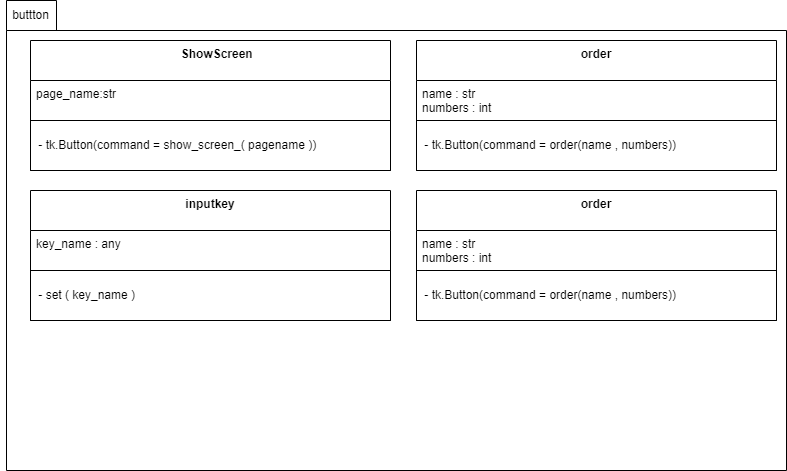
MasakiHiguchi/--- keeps this draw.io diagram as psp4/設計モデルのクラス/設計モデルクラス図_ボタンクラス.drawio.png. Above is the earlier version. Source tidied: cells renumbered, new cells last; positions are measured from the earlier drawing's top-left corner, leaving out a move shared by most shapes. Source of this version:
```xml
<mxGraphModel>
  <root>
    <mxCell id="0" />
    <mxCell id="1" parent="0" />
    <mxCell id="2" style="shape=folder;fontStyle=1;spacingTop=10;tabWidth=50;tabHeight=30;tabPosition=left;html=1;" parent="1" vertex="1">
      <mxGeometry x="6" width="780" height="470" as="geometry" />
    </mxCell>
    <mxCell id="3" value="buttton" style="text;html=1;align=center;verticalAlign=middle;strokeColor=none;fillColor=none;" parent="1" vertex="1">
      <mxGeometry width="60" height="30" as="geometry" />
    </mxCell>
    <mxCell id="4" value="    ShowScreen" style="swimlane;fontStyle=1;align=center;verticalAlign=top;horizontal=1;startSize=40;" parent="1" vertex="1">
      <mxGeometry x="30" y="40" width="360" height="130" as="geometry" />
    </mxCell>
    <mxCell id="5" value="page_name:str" style="text;strokeColor=none;fillColor=none;align=left;verticalAlign=top;spacingLeft=4;spacingRight=4;overflow=hidden;" parent="4" vertex="1">
      <mxGeometry y="40" width="360" height="40" as="geometry" />
    </mxCell>
    <mxCell id="6" style="swimlane;startSize=0;" parent="4" vertex="1">
      <mxGeometry y="80" width="360" height="50" as="geometry" />
    </mxCell>
    <mxCell id="7" value="&amp;nbsp;-&amp;nbsp;&lt;span style=&quot;text-align: center;&quot;&gt;tk.Button(command = show_screen_( pagename ))&lt;/span&gt;&lt;span style=&quot;text-align: center;&quot;&gt;&lt;br&gt;&lt;/span&gt;" style="text;html=1;align=left;verticalAlign=middle;strokeColor=none;fillColor=none;" parent="6" vertex="1">
      <mxGeometry x="3" y="10" width="300" height="30" as="geometry" />
    </mxCell>
    <mxCell id="8" value="order" style="swimlane;fontStyle=1;align=center;verticalAlign=top;horizontal=1;startSize=40;" parent="1" vertex="1">
      <mxGeometry x="416" y="40" width="360" height="130" as="geometry" />
    </mxCell>
    <mxCell id="9" value="name : str&#10;numbers : int" style="text;strokeColor=none;fillColor=none;align=left;verticalAlign=top;spacingLeft=4;spacingRight=4;overflow=hidden;" parent="8" vertex="1">
      <mxGeometry y="40" width="360" height="40" as="geometry" />
    </mxCell>
    <mxCell id="10" style="swimlane;startSize=0;" parent="8" vertex="1">
      <mxGeometry y="80" width="360" height="50" as="geometry" />
    </mxCell>
    <mxCell id="11" value="&lt;span style=&quot;text-align: center;&quot;&gt;&amp;nbsp;-&amp;nbsp;&lt;/span&gt;&lt;span style=&quot;text-align: center;&quot;&gt;tk.Button(command = order(name , numbers))&lt;/span&gt;&lt;span style=&quot;text-align: center;&quot;&gt;&lt;br&gt;&lt;/span&gt;" style="text;html=1;align=left;verticalAlign=middle;strokeColor=none;fillColor=none;" parent="10" vertex="1">
      <mxGeometry x="3" y="10" width="280" height="30" as="geometry" />
    </mxCell>
    <mxCell id="12" value="inputkey" style="swimlane;fontStyle=1;align=center;verticalAlign=top;horizontal=1;startSize=40;" parent="1" vertex="1">
      <mxGeometry x="30" y="190" width="360" height="130" as="geometry" />
    </mxCell>
    <mxCell id="13" value="key_name : any" style="text;strokeColor=none;fillColor=none;align=left;verticalAlign=top;spacingLeft=4;spacingRight=4;overflow=hidden;" parent="12" vertex="1">
      <mxGeometry y="40" width="360" height="40" as="geometry" />
    </mxCell>
    <mxCell id="14" style="swimlane;startSize=0;" parent="12" vertex="1">
      <mxGeometry y="80" width="360" height="50" as="geometry" />
    </mxCell>
    <mxCell id="15" value="&lt;div style=&quot;text-align: center;&quot;&gt;&lt;span style=&quot;background-color: initial;&quot;&gt;&amp;nbsp;- set ( key_name )&amp;nbsp;&lt;/span&gt;&lt;/div&gt;" style="text;html=1;align=left;verticalAlign=middle;strokeColor=none;fillColor=none;" parent="14" vertex="1">
      <mxGeometry x="3" y="10" width="130" height="30" as="geometry" />
    </mxCell>
    <mxCell id="16" value="order" style="swimlane;fontStyle=1;align=center;verticalAlign=top;horizontal=1;startSize=40;" parent="1" vertex="1">
      <mxGeometry x="416" y="190" width="360" height="130" as="geometry" />
    </mxCell>
    <mxCell id="17" value="name : str&#10;numbers : int" style="text;strokeColor=none;fillColor=none;align=left;verticalAlign=top;spacingLeft=4;spacingRight=4;overflow=hidden;" parent="16" vertex="1">
      <mxGeometry y="40" width="360" height="40" as="geometry" />
    </mxCell>
    <mxCell id="18" style="swimlane;startSize=0;" parent="16" vertex="1">
      <mxGeometry y="80" width="360" height="50" as="geometry" />
    </mxCell>
    <mxCell id="19" value="&lt;span style=&quot;text-align: center;&quot;&gt;&amp;nbsp;-&amp;nbsp;&lt;/span&gt;&lt;span style=&quot;text-align: center;&quot;&gt;tk.Button(command = order(name , numbers))&lt;/span&gt;&lt;span style=&quot;text-align: center;&quot;&gt;&lt;br&gt;&lt;/span&gt;" style="text;html=1;align=left;verticalAlign=middle;strokeColor=none;fillColor=none;" parent="18" vertex="1">
      <mxGeometry x="3" y="10" width="280" height="30" as="geometry" />
    </mxCell>
  </root>
</mxGraphModel>
```
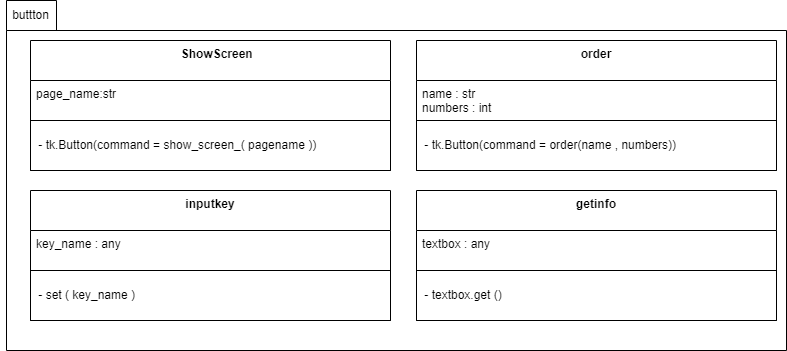
The same diagram one commit later.

What changed in the source:
```diff
@@ -3,7 +3,7 @@
     <mxCell id="0" />
     <mxCell id="1" parent="0" />
     <mxCell id="2" style="shape=folder;fontStyle=1;spacingTop=10;tabWidth=50;tabHeight=30;tabPosition=left;html=1;" parent="1" vertex="1">
-      <mxGeometry x="6" width="780" height="470" as="geometry" />
+      <mxGeometry x="6" width="780" height="350" as="geometry" />
     </mxCell>
     <mxCell id="3" value="buttton" style="text;html=1;align=center;verticalAlign=middle;strokeColor=none;fillColor=none;" parent="1" vertex="1">
       <mxGeometry width="60" height="30" as="geometry" />
@@ -44,17 +44,17 @@
     <mxCell id="15" value="&lt;div style=&quot;text-align: center;&quot;&gt;&lt;span style=&quot;background-color: initial;&quot;&gt;&amp;nbsp;- set ( key_name )&amp;nbsp;&lt;/span&gt;&lt;/div&gt;" style="text;html=1;align=left;verticalAlign=middle;strokeColor=none;fillColor=none;" parent="14" vertex="1">
       <mxGeometry x="3" y="10" width="130" height="30" as="geometry" />
     </mxCell>
-    <mxCell id="16" value="order" style="swimlane;fontStyle=1;align=center;verticalAlign=top;horizontal=1;startSize=40;" parent="1" vertex="1">
+    <mxCell id="16" value="getinfo" style="swimlane;fontStyle=1;align=center;verticalAlign=top;horizontal=1;startSize=40;" parent="1" vertex="1">
       <mxGeometry x="416" y="190" width="360" height="130" as="geometry" />
     </mxCell>
-    <mxCell id="17" value="name : str&#10;numbers : int" style="text;strokeColor=none;fillColor=none;align=left;verticalAlign=top;spacingLeft=4;spacingRight=4;overflow=hidden;" parent="16" vertex="1">
+    <mxCell id="17" value="textbox : any" style="text;strokeColor=none;fillColor=none;align=left;verticalAlign=top;spacingLeft=4;spacingRight=4;overflow=hidden;" parent="16" vertex="1">
       <mxGeometry y="40" width="360" height="40" as="geometry" />
     </mxCell>
     <mxCell id="18" style="swimlane;startSize=0;" parent="16" vertex="1">
       <mxGeometry y="80" width="360" height="50" as="geometry" />
     </mxCell>
-    <mxCell id="19" value="&lt;span style=&quot;text-align: center;&quot;&gt;&amp;nbsp;-&amp;nbsp;&lt;/span&gt;&lt;span style=&quot;text-align: center;&quot;&gt;tk.Button(command = order(name , numbers))&lt;/span&gt;&lt;span style=&quot;text-align: center;&quot;&gt;&lt;br&gt;&lt;/span&gt;" style="text;html=1;align=left;verticalAlign=middle;strokeColor=none;fillColor=none;" parent="18" vertex="1">
-      <mxGeometry x="3" y="10" width="280" height="30" as="geometry" />
+    <mxCell id="19" value="&lt;span style=&quot;text-align: center;&quot;&gt;&amp;nbsp;- textbox.get ()&lt;br&gt;&lt;/span&gt;" style="text;html=1;align=left;verticalAlign=middle;strokeColor=none;fillColor=none;" parent="18" vertex="1">
+      <mxGeometry x="3" y="10" width="100" height="30" as="geometry" />
     </mxCell>
   </root>
 </mxGraphModel>
```
